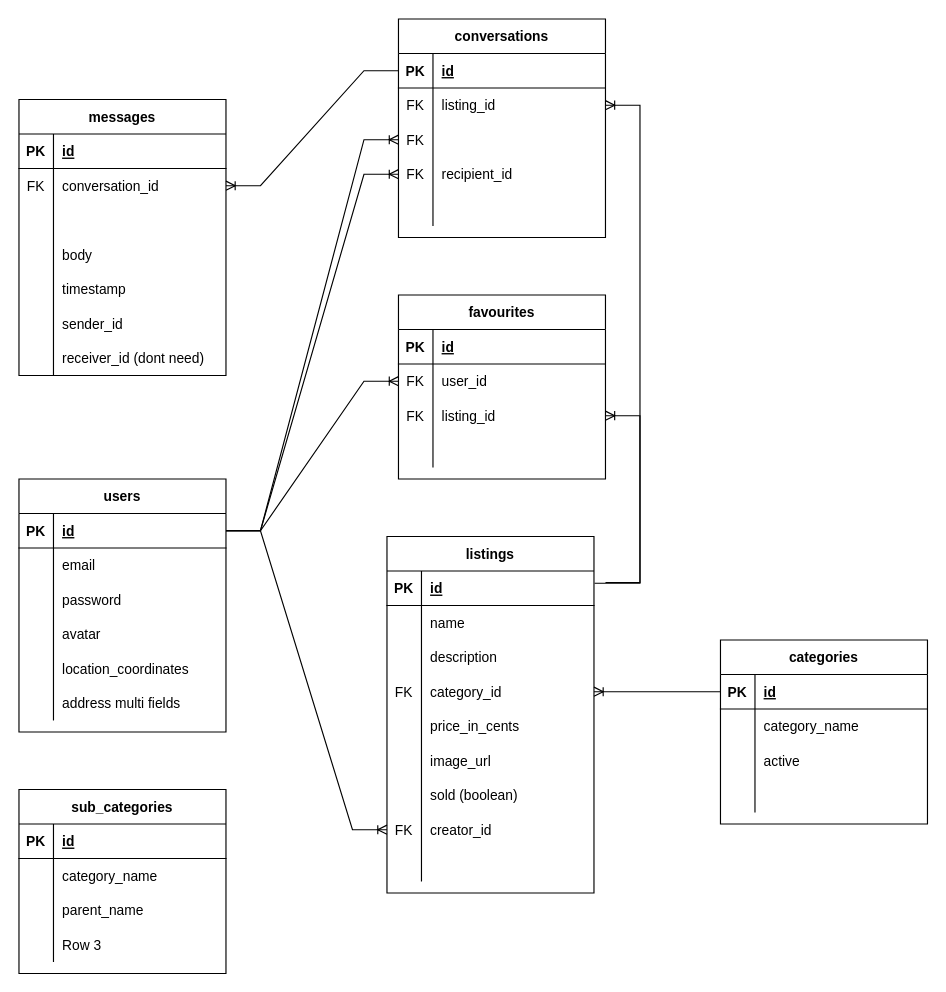
mckinnondave/Graigslist keeps this draw.io diagram as planning/ERD.drawio. Above is the earlier version. Source tidied: cells renumbered, new cells numbered last; positions are measured from the earlier drawing's top-left corner, leaving out a move shared by most shapes. Both pictures are drawn from the tidied source at 115%, with x=0, y=0 at pixel (18, 18).
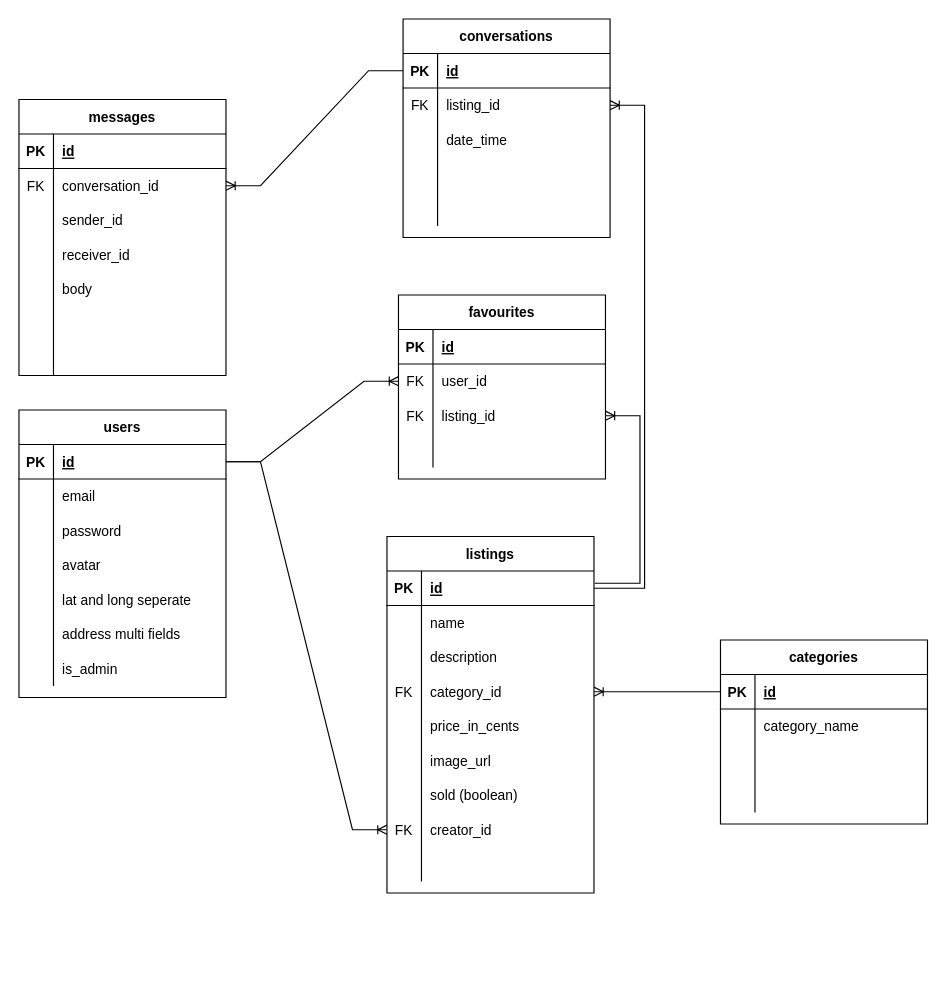
After the change.

Unchanged cells that the change refers to:
```xml
<mxCell id="6" style="shape=tableRow;horizontal=0;startSize=0;swimlaneHead=0;swimlaneBody=0;fillColor=none;points=[[0,0.5],[1,0.5]];portConstraint=eastwest;top=0;left=0;right=0;bottom=0;" parent="2" vertex="1">
  <mxGeometry y="60" width="180" height="30" as="geometry" />
</mxCell>
<mxCell id="9" style="shape=tableRow;horizontal=0;startSize=0;swimlaneHead=0;swimlaneBody=0;fillColor=none;points=[[0,0.5],[1,0.5]];portConstraint=eastwest;top=0;left=0;right=0;bottom=0;" parent="2" vertex="1">
  <mxGeometry y="90" width="180" height="30" as="geometry" />
</mxCell>
<mxCell id="12" style="shape=tableRow;horizontal=0;startSize=0;swimlaneHead=0;swimlaneBody=0;fillColor=none;points=[[0,0.5],[1,0.5]];portConstraint=eastwest;top=0;left=0;right=0;bottom=0;" parent="2" vertex="1">
  <mxGeometry y="120" width="180" height="30" as="geometry" />
</mxCell>
<mxCell id="20" style="shape=tableRow;horizontal=0;startSize=0;swimlaneHead=0;swimlaneBody=0;fillColor=none;points=[[0,0.5],[1,0.5]];portConstraint=eastwest;top=0;left=0;right=0;bottom=1;" parent="19" vertex="1">
  <mxGeometry y="30" width="180" height="30" as="geometry" />
</mxCell>
<mxCell id="32" style="shape=tableRow;horizontal=0;startSize=0;swimlaneHead=0;swimlaneBody=0;fillColor=none;top=0;left=0;right=0;bottom=0;" parent="19" vertex="1">
  <mxGeometry y="150" width="180" height="30" as="geometry" />
</mxCell>
<mxCell id="45" style="shape=tableRow;horizontal=0;startSize=0;swimlaneHead=0;swimlaneBody=0;fillColor=none;top=0;left=0;right=0;bottom=0;" parent="38" vertex="1">
  <mxGeometry y="90" width="180" height="30" as="geometry" />
</mxCell>
<mxCell id="52" style="shape=tableRow;horizontal=0;startSize=0;swimlaneHead=0;swimlaneBody=0;fillColor=none;points=[[0,0.5],[1,0.5]];portConstraint=eastwest;top=0;left=0;right=0;bottom=1;" parent="51" vertex="1">
  <mxGeometry y="30" width="180" height="30" as="geometry" />
</mxCell>
<mxCell id="108" value="messages" style="shape=table;startSize=30;childLayout=tableLayout;rowLines=0;fontStyle=1;align=center;" parent="1" vertex="1">
  <mxGeometry y="70" width="180" height="240" as="geometry" />
</mxCell>
```

Change to the diagram source:
```diff
@@
     <mxCell id="2" value="conversations" style="shape=table;startSize=30;childLayout=tableLayout;rowLines=0;fontStyle=1;align=center;" parent="1" vertex="1">
-      <mxGeometry x="330" width="180" height="190" as="geometry" />
+      <mxGeometry x="334" width="180" height="190" as="geometry" />
     </mxCell>
@@
-    <mxCell id="10" value="FK" style="shape=partialRectangle;fillColor=none;top=0;left=0;bottom=0;right=0;overflow=hidden;" parent="9" vertex="1">
+    <mxCell id="10" style="shape=partialRectangle;fillColor=none;top=0;left=0;bottom=0;right=0;overflow=hidden;" parent="9" vertex="1">
       <mxGeometry width="30" height="30" as="geometry" />
     </mxCell>
-    <mxCell id="11" value=" " style="shape=partialRectangle;fillColor=none;top=0;left=0;bottom=0;right=0;align=left;spacingLeft=6;overflow=hidden;" parent="9" vertex="1">
+    <mxCell id="11" value="date_time" style="shape=partialRectangle;fillColor=none;top=0;left=0;bottom=0;right=0;align=left;spacingLeft=6;overflow=hidden;" parent="9" vertex="1">
       <mxGeometry x="30" width="150" height="30" as="geometry" />
     </mxCell>
@@
-    <mxCell id="13" value="FK" style="shape=partialRectangle;fillColor=none;top=0;left=0;bottom=0;right=0;overflow=hidden;" parent="12" vertex="1">
+    <mxCell id="13" style="shape=partialRectangle;fillColor=none;top=0;left=0;bottom=0;right=0;overflow=hidden;" parent="12" vertex="1">
       <mxGeometry width="30" height="30" as="geometry" />
     </mxCell>
-    <mxCell id="14" value="recipient_id" style="shape=partialRectangle;fillColor=none;top=0;left=0;bottom=0;right=0;align=left;spacingLeft=6;overflow=hidden;" parent="12" vertex="1">
+    <mxCell id="14" style="shape=partialRectangle;fillColor=none;top=0;left=0;bottom=0;right=0;align=left;spacingLeft=6;overflow=hidden;strokeColor=#FF0000;" parent="12" vertex="1">
       <mxGeometry x="30" width="150" height="30" as="geometry" />
     </mxCell>
@@
     <mxCell id="19" value="users" style="shape=table;startSize=30;childLayout=tableLayout;rowLines=0;fontStyle=1;align=center;" parent="1" vertex="1">
-      <mxGeometry y="400" width="180" height="220" as="geometry" />
+      <mxGeometry y="340" width="180" height="250" as="geometry" />
     </mxCell>
@@
-    <mxCell id="34" value="location_coordinates" style="shape=partialRectangle;fillColor=none;top=0;left=0;bottom=0;right=0;align=left;spacingLeft=6;overflow=hidden;" parent="32" vertex="1">
+    <mxCell id="34" value="lat and long seperate" style="shape=partialRectangle;fillColor=none;top=0;left=0;bottom=0;right=0;align=left;spacingLeft=6;overflow=hidden;" parent="32" vertex="1">
       <mxGeometry x="30" width="150" height="30" as="geometry" />
     </mxCell>
@@
+    <mxCell id="134" style="shape=tableRow;horizontal=0;startSize=0;swimlaneHead=0;swimlaneBody=0;fillColor=none;top=0;left=0;right=0;bottom=0;" parent="19" vertex="1">
+      <mxGeometry y="210" width="180" height="30" as="geometry" />
+    </mxCell>
+    <mxCell id="135" style="shape=partialRectangle;fillColor=none;top=0;left=0;bottom=0;right=0;overflow=hidden;" parent="134" vertex="1">
+      <mxGeometry width="30" height="30" as="geometry" />
+    </mxCell>
+    <mxCell id="136" value="is_admin" style="shape=partialRectangle;fillColor=none;top=0;left=0;bottom=0;right=0;align=left;spacingLeft=6;overflow=hidden;" parent="134" vertex="1">
+      <mxGeometry x="30" width="150" height="30" as="geometry" />
+    </mxCell>
@@
-    <mxCell id="47" value="active" style="shape=partialRectangle;fillColor=none;top=0;left=0;bottom=0;right=0;align=left;spacingLeft=6;overflow=hidden;" parent="45" vertex="1">
+    <mxCell id="47" style="shape=partialRectangle;fillColor=none;top=0;left=0;bottom=0;right=0;align=left;spacingLeft=6;overflow=hidden;strokeColor=#FF0000;" parent="45" vertex="1">
       <mxGeometry x="30" width="150" height="30" as="geometry" />
     </mxCell>
@@
-    <mxCell id="79" value="sub_categories" style="shape=table;startSize=30;childLayout=tableLayout;rowLines=0;fontStyle=1;align=center;" parent="1" vertex="1">
-      <mxGeometry y="670" width="180" height="160" as="geometry" />
-    </mxCell>
-    <mxCell id="80" style="shape=tableRow;horizontal=0;startSize=0;swimlaneHead=0;swimlaneBody=0;fillColor=none;top=0;left=0;right=0;bottom=1;" parent="79" vertex="1">
-      <mxGeometry y="30" width="180" height="30" as="geometry" />
-    </mxCell>
-    <mxCell id="81" value="PK" style="shape=partialRectangle;fillColor=none;top=0;left=0;bottom=0;right=0;fontStyle=1;overflow=hidden;" parent="80" vertex="1">
-      <mxGeometry width="30" height="30" as="geometry" />
-    </mxCell>
-    <mxCell id="82" value="id" style="shape=partialRectangle;fillColor=none;top=0;left=0;bottom=0;right=0;align=left;spacingLeft=6;fontStyle=5;overflow=hidden;" parent="80" vertex="1">
-      <mxGeometry x="30" width="150" height="30" as="geometry" />
-    </mxCell>
-    <mxCell id="83" style="shape=tableRow;horizontal=0;startSize=0;swimlaneHead=0;swimlaneBody=0;fillColor=none;top=0;left=0;right=0;bottom=0;" parent="79" vertex="1">
-      <mxGeometry y="60" width="180" height="30" as="geometry" />
-    </mxCell>
-    <mxCell id="84" style="shape=partialRectangle;fillColor=none;top=0;left=0;bottom=0;right=0;overflow=hidden;" parent="83" vertex="1">
-      <mxGeometry width="30" height="30" as="geometry" />
-    </mxCell>
-    <mxCell id="85" value="category_name" style="shape=partialRectangle;fillColor=none;top=0;left=0;bottom=0;right=0;align=left;spacingLeft=6;overflow=hidden;" parent="83" vertex="1">
-      <mxGeometry x="30" width="150" height="30" as="geometry" />
-    </mxCell>
-    <mxCell id="86" style="shape=tableRow;horizontal=0;startSize=0;swimlaneHead=0;swimlaneBody=0;fillColor=none;top=0;left=0;right=0;bottom=0;" parent="79" vertex="1">
-      <mxGeometry y="90" width="180" height="30" as="geometry" />
-    </mxCell>
-    <mxCell id="87" style="shape=partialRectangle;fillColor=none;top=0;left=0;bottom=0;right=0;overflow=hidden;" parent="86" vertex="1">
-      <mxGeometry width="30" height="30" as="geometry" />
-    </mxCell>
-    <mxCell id="88" value="parent_name" style="shape=partialRectangle;fillColor=none;top=0;left=0;bottom=0;right=0;align=left;spacingLeft=6;overflow=hidden;" parent="86" vertex="1">
-      <mxGeometry x="30" width="150" height="30" as="geometry" />
-    </mxCell>
-    <mxCell id="89" style="shape=tableRow;horizontal=0;startSize=0;swimlaneHead=0;swimlaneBody=0;fillColor=none;top=0;left=0;right=0;bottom=0;" parent="79" vertex="1">
-      <mxGeometry y="120" width="180" height="30" as="geometry" />
-    </mxCell>
-    <mxCell id="90" style="shape=partialRectangle;fillColor=none;top=0;left=0;bottom=0;right=0;overflow=hidden;" parent="89" vertex="1">
-      <mxGeometry width="30" height="30" as="geometry" />
-    </mxCell>
-    <mxCell id="91" value="Row 3" style="shape=partialRectangle;fillColor=none;top=0;left=0;bottom=0;right=0;align=left;spacingLeft=6;overflow=hidden;" parent="89" vertex="1">
-      <mxGeometry x="30" width="150" height="30" as="geometry" />
-    </mxCell>
@@
-    <mxCell id="115" style="shape=tableRow;horizontal=0;startSize=0;swimlaneHead=0;swimlaneBody=0;fillColor=none;top=0;left=0;right=0;bottom=0;" parent="108" vertex="1">
-      <mxGeometry y="90" width="180" height="30" as="geometry" />
-    </mxCell>
-    <mxCell id="116" style="shape=partialRectangle;fillColor=none;top=0;left=0;bottom=0;right=0;overflow=hidden;" parent="115" vertex="1">
-      <mxGeometry width="30" height="30" as="geometry" />
-    </mxCell>
-    <mxCell id="117" style="shape=partialRectangle;fillColor=none;top=0;left=0;bottom=0;right=0;align=left;spacingLeft=6;overflow=hidden;" parent="115" vertex="1">
-      <mxGeometry x="30" width="150" height="30" as="geometry" />
-    </mxCell>
+    <mxCell id="124" style="shape=tableRow;horizontal=0;startSize=0;swimlaneHead=0;swimlaneBody=0;fillColor=none;top=0;left=0;right=0;bottom=0;" parent="108" vertex="1">
+      <mxGeometry y="90" width="180" height="30" as="geometry" />
+    </mxCell>
+    <mxCell id="125" style="shape=partialRectangle;fillColor=none;top=0;left=0;bottom=0;right=0;overflow=hidden;" parent="124" vertex="1">
+      <mxGeometry width="30" height="30" as="geometry" />
+    </mxCell>
+    <mxCell id="126" value="sender_id" style="shape=partialRectangle;fillColor=none;top=0;left=0;bottom=0;right=0;align=left;spacingLeft=6;overflow=hidden;" parent="124" vertex="1">
+      <mxGeometry x="30" width="150" height="30" as="geometry" />
+    </mxCell>
+    <mxCell id="127" style="shape=tableRow;horizontal=0;startSize=0;swimlaneHead=0;swimlaneBody=0;fillColor=none;top=0;left=0;right=0;bottom=0;" parent="108" vertex="1">
+      <mxGeometry y="120" width="180" height="30" as="geometry" />
+    </mxCell>
+    <mxCell id="128" style="shape=partialRectangle;fillColor=none;top=0;left=0;bottom=0;right=0;overflow=hidden;" parent="127" vertex="1">
+      <mxGeometry width="30" height="30" as="geometry" />
+    </mxCell>
+    <mxCell id="129" value="receiver_id" style="shape=partialRectangle;fillColor=none;top=0;left=0;bottom=0;right=0;align=left;spacingLeft=6;overflow=hidden;" parent="127" vertex="1">
+      <mxGeometry x="30" width="150" height="30" as="geometry" />
+    </mxCell>
     <mxCell id="118" style="shape=tableRow;horizontal=0;startSize=0;swimlaneHead=0;swimlaneBody=0;fillColor=none;top=0;left=0;right=0;bottom=0;" parent="108" vertex="1">
-      <mxGeometry y="120" width="180" height="30" as="geometry" />
+      <mxGeometry y="150" width="180" height="30" as="geometry" />
     </mxCell>
@@
     <mxCell id="121" style="shape=tableRow;horizontal=0;startSize=0;swimlaneHead=0;swimlaneBody=0;fillColor=none;top=0;left=0;right=0;bottom=0;" parent="108" vertex="1">
-      <mxGeometry y="150" width="180" height="30" as="geometry" />
+      <mxGeometry y="180" width="180" height="30" as="geometry" />
     </mxCell>
@@
-    <mxCell id="123" value="timestamp" style="shape=partialRectangle;fillColor=none;top=0;left=0;bottom=0;right=0;align=left;spacingLeft=6;overflow=hidden;" parent="121" vertex="1">
+    <mxCell id="123" style="shape=partialRectangle;fillColor=none;top=0;left=0;bottom=0;right=0;align=left;spacingLeft=6;overflow=hidden;" parent="121" vertex="1">
       <mxGeometry x="30" width="150" height="30" as="geometry" />
     </mxCell>
-    <mxCell id="124" style="shape=tableRow;horizontal=0;startSize=0;swimlaneHead=0;swimlaneBody=0;fillColor=none;top=0;left=0;right=0;bottom=0;" parent="108" vertex="1">
-      <mxGeometry y="180" width="180" height="30" as="geometry" />
-    </mxCell>
-    <mxCell id="125" style="shape=partialRectangle;fillColor=none;top=0;left=0;bottom=0;right=0;overflow=hidden;" parent="124" vertex="1">
-      <mxGeometry width="30" height="30" as="geometry" />
-    </mxCell>
-    <mxCell id="126" value="sender_id" style="shape=partialRectangle;fillColor=none;top=0;left=0;bottom=0;right=0;align=left;spacingLeft=6;overflow=hidden;" parent="124" vertex="1">
-      <mxGeometry x="30" width="150" height="30" as="geometry" />
-    </mxCell>
-    <mxCell id="127" style="shape=tableRow;horizontal=0;startSize=0;swimlaneHead=0;swimlaneBody=0;fillColor=none;top=0;left=0;right=0;bottom=0;" parent="108" vertex="1">
-      <mxGeometry y="210" width="180" height="30" as="geometry" />
-    </mxCell>
-    <mxCell id="128" style="shape=partialRectangle;fillColor=none;top=0;left=0;bottom=0;right=0;overflow=hidden;" parent="127" vertex="1">
-      <mxGeometry width="30" height="30" as="geometry" />
-    </mxCell>
-    <mxCell id="129" value="receiver_id (dont need)" style="shape=partialRectangle;fillColor=none;top=0;left=0;bottom=0;right=0;align=left;spacingLeft=6;overflow=hidden;" parent="127" vertex="1">
-      <mxGeometry x="30" width="150" height="30" as="geometry" />
-    </mxCell>
-    <mxCell id="130" style="edgeStyle=entityRelationEdgeStyle;fontSize=12;html=1;endArrow=ERoneToMany;rounded=0;exitX=1;exitY=0.5;exitDx=0;exitDy=0;" parent="1" edge="1" source="20" target="9">
-      <mxGeometry relative="1" as="geometry" />
-    </mxCell>
-    <mxCell id="131" style="edgeStyle=entityRelationEdgeStyle;fontSize=12;html=1;endArrow=ERoneToMany;rounded=0;entryX=0;entryY=0.5;entryDx=0;entryDy=0;exitX=1;exitY=0.5;exitDx=0;exitDy=0;" parent="1" edge="1" source="20" target="12">
-      <mxGeometry relative="1" as="geometry" />
-    </mxCell>
+    <mxCell id="115" style="shape=tableRow;horizontal=0;startSize=0;swimlaneHead=0;swimlaneBody=0;fillColor=none;top=0;left=0;right=0;bottom=0;" parent="108" vertex="1">
+      <mxGeometry y="210" width="180" height="30" as="geometry" />
+    </mxCell>
+    <mxCell id="116" style="shape=partialRectangle;fillColor=none;top=0;left=0;bottom=0;right=0;overflow=hidden;" parent="115" vertex="1">
+      <mxGeometry width="30" height="30" as="geometry" />
+    </mxCell>
+    <mxCell id="117" style="shape=partialRectangle;fillColor=none;top=0;left=0;bottom=0;right=0;align=left;spacingLeft=6;overflow=hidden;" parent="115" vertex="1">
+      <mxGeometry x="30" width="150" height="30" as="geometry" />
+    </mxCell>
@@
-    <mxCell id="133" style="edgeStyle=entityRelationEdgeStyle;fontSize=12;html=1;endArrow=ERoneToMany;rounded=0;" parent="1" edge="1" target="6">
-      <mxGeometry relative="1" as="geometry">
-        <mxPoint x="510" y="490" as="sourcePoint" />
-      </mxGeometry>
+    <mxCell id="133" style="edgeStyle=entityRelationEdgeStyle;fontSize=12;html=1;endArrow=ERoneToMany;rounded=0;exitX=1;exitY=0.5;exitDx=0;exitDy=0;" parent="1" edge="1" source="52" target="6">
+      <mxGeometry relative="1" as="geometry" />
     </mxCell>
```
